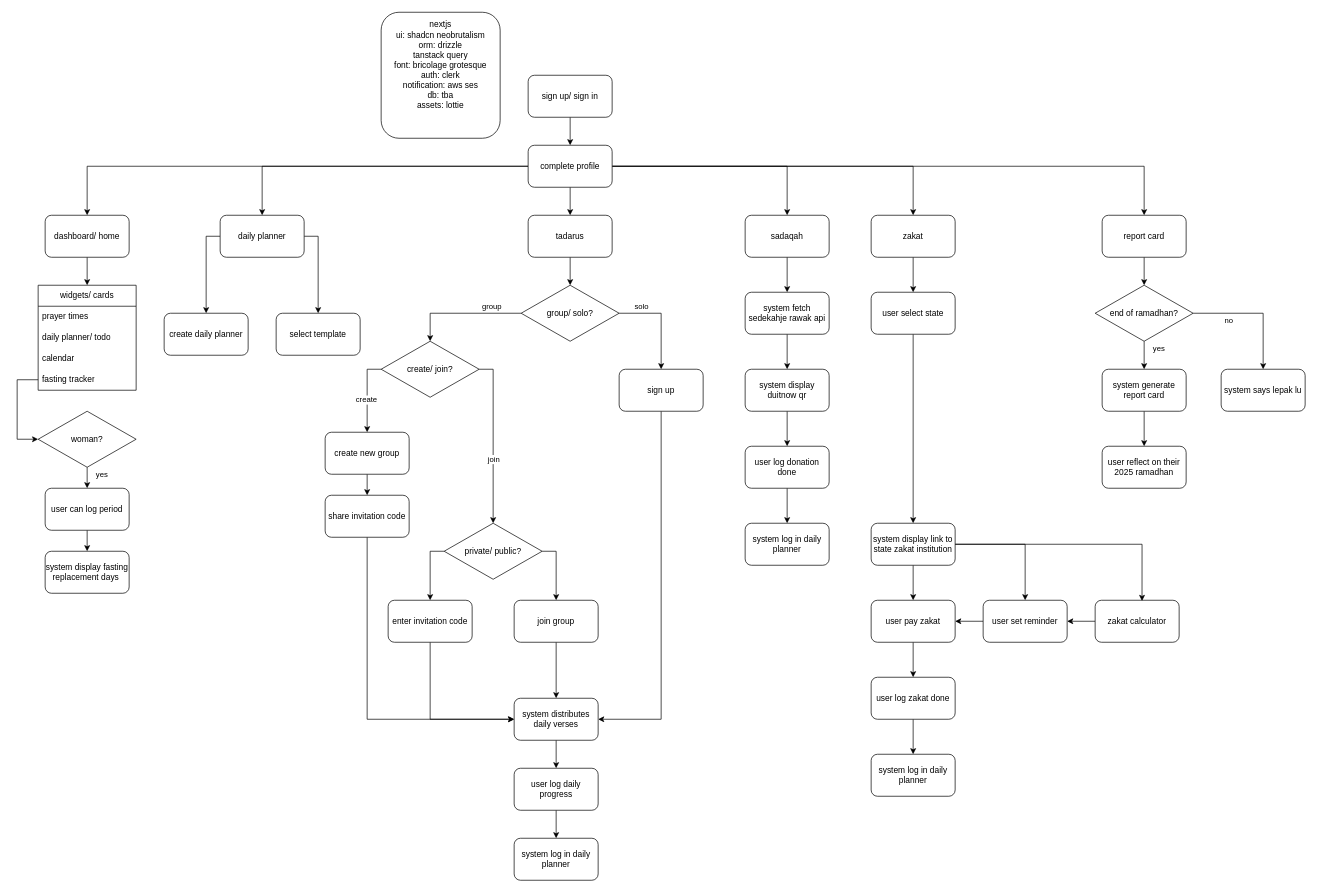
Earlier version of the draw.io diagram tadarus-flowchart.drawio (khrnchn/tadarus). Source tidied: cells renumbered, new cells numbered last; positions are measured from the earlier drawing's top-left corner, leaving out a move shared by most shapes. Both pictures are drawn from the tidied source at 70%, with x=0, y=0 at pixel (17, 12).
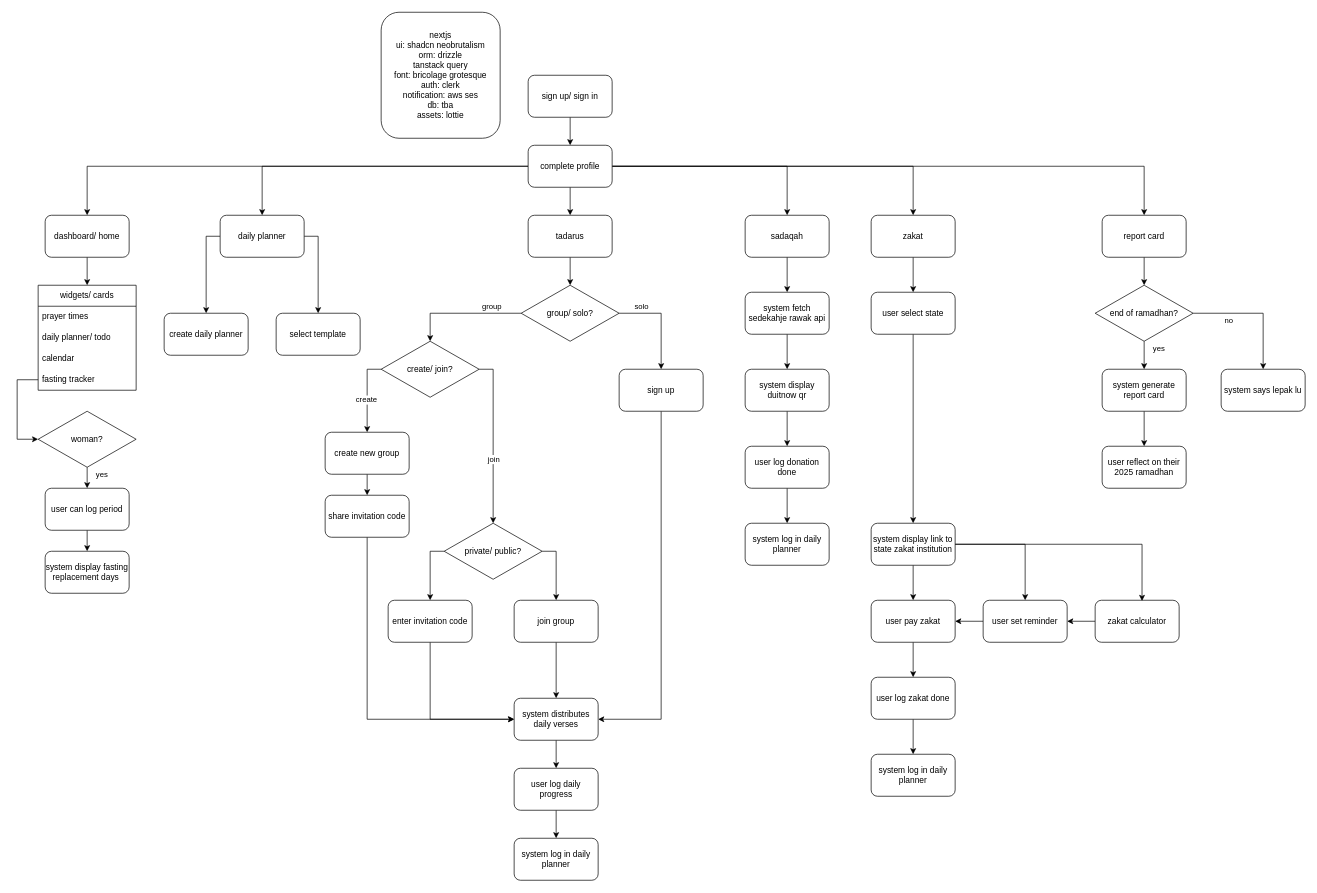
Above is the later version.

Commit message:
fix tech stack section

The edit, as a diff of the source:
```diff
@@
-    <mxCell id="94" value="nextjs&lt;div&gt;ui: shadcn neobrutalism&lt;br&gt;&lt;div&gt;orm: drizzle&lt;/div&gt;&lt;div&gt;tanstack query&lt;/div&gt;&lt;div&gt;font: bricolage grotesque&lt;/div&gt;&lt;div&gt;auth: clerk&lt;/div&gt;&lt;div&gt;notification: aws ses&lt;/div&gt;&lt;div&gt;db: tba&lt;/div&gt;&lt;div&gt;assets: lottie&lt;/div&gt;&lt;div&gt;&lt;br&gt;&lt;/div&gt;&lt;div&gt;&lt;br&gt;&lt;/div&gt;&lt;/div&gt;" style="rounded=1;whiteSpace=wrap;html=1;" parent="1" vertex="1">
+    <mxCell id="94" value="nextjs&lt;div&gt;ui: shadcn neobrutalism&lt;br&gt;&lt;div&gt;orm: drizzle&lt;/div&gt;&lt;div&gt;tanstack query&lt;/div&gt;&lt;div&gt;font: bricolage grotesque&lt;/div&gt;&lt;div&gt;auth: clerk&lt;/div&gt;&lt;div&gt;notification: aws ses&lt;/div&gt;&lt;div&gt;db: tba&lt;/div&gt;&lt;div&gt;assets: lottie&lt;/div&gt;&lt;/div&gt;" style="rounded=1;whiteSpace=wrap;html=1;" parent="1" vertex="1">
       <mxGeometry x="520" width="170" height="180" as="geometry" />
     </mxCell>
```
